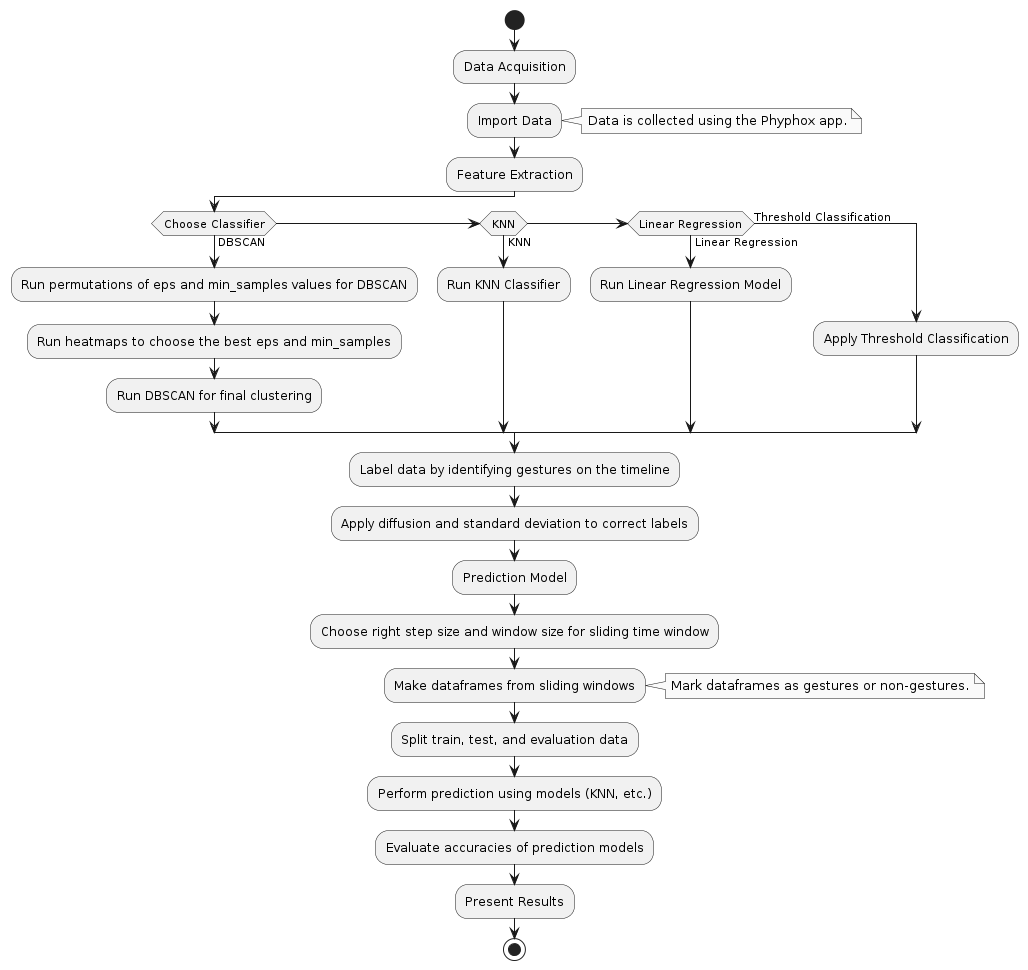
Before: flow of program.png, a diagram exported from PlantUML (samarth-ar10/DSML-CW2-GROUP). The source it was exported from:
```plantuml
@startuml
skinparam monochrome true

start

:Data Acquisition;
:Import Data;
note right: Data is collected using the Phyphox app.

:Feature Extraction;
if (Choose Classifier) then (DBSCAN)
  :Run permutations of eps and min_samples values for DBSCAN;
  :Run heatmaps to choose the best eps and min_samples;
  :Run DBSCAN for final clustering;
elseif (KNN) then (KNN)
  :Run KNN Classifier;
elseif (Linear Regression) then (Linear Regression)
  :Run Linear Regression Model;
else (Threshold Classification)
  :Apply Threshold Classification;
endif
:Label data by identifying gestures on the timeline;
:Apply diffusion and standard deviation to correct labels;

:Prediction Model;
:Choose right step size and window size for sliding time window;
:Make dataframes from sliding windows;
note right: Mark dataframes as gestures or non-gestures.
:Split train, test, and evaluation data;
:Perform prediction using models (KNN, etc.);
:Evaluate accuracies of prediction models;

:Present Results;

stop
@enduml
```
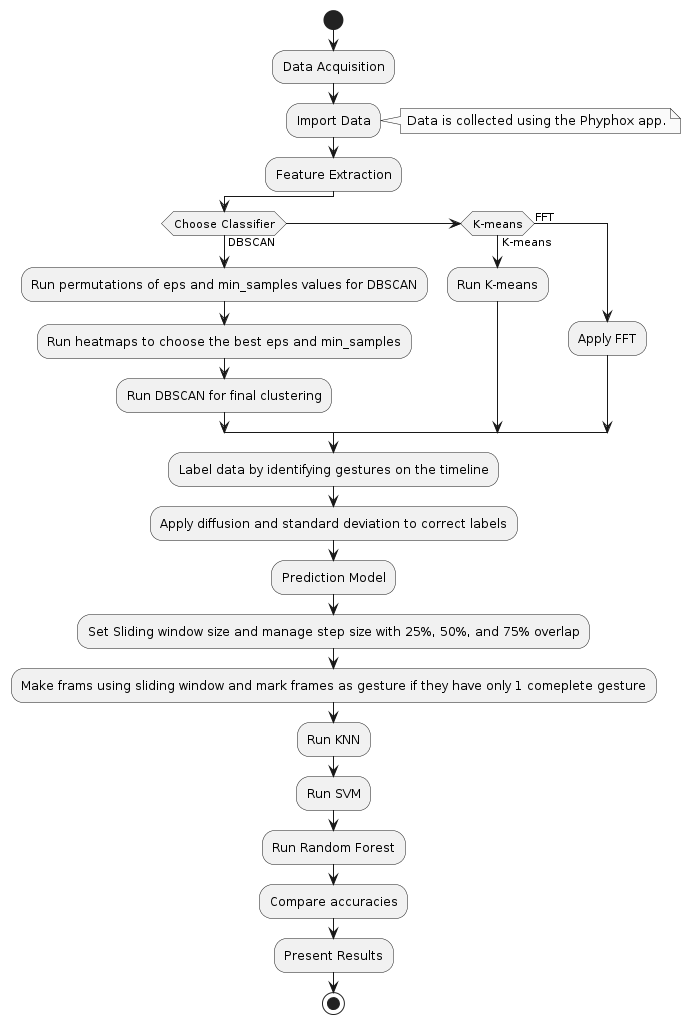
The same file after the commit.

The edit, as a diff of the source:
```diff
@@ -12,23 +12,22 @@
   :Run permutations of eps and min_samples values for DBSCAN;
   :Run heatmaps to choose the best eps and min_samples;
   :Run DBSCAN for final clustering;
-elseif (KNN) then (KNN)
-  :Run KNN Classifier;
-elseif (Linear Regression) then (Linear Regression)
-  :Run Linear Regression Model;
-else (Threshold Classification)
-  :Apply Threshold Classification;
+elseif (K-means) then (K-means)
+  :Run K-means;
+else (FFT)
+  :Apply FFT;
 endif
 :Label data by identifying gestures on the timeline;
 :Apply diffusion and standard deviation to correct labels;
 
 :Prediction Model;
-:Choose right step size and window size for sliding time window;
-:Make dataframes from sliding windows;
-note right: Mark dataframes as gestures or non-gestures.
-:Split train, test, and evaluation data;
-:Perform prediction using models (KNN, etc.);
-:Evaluate accuracies of prediction models;
+:Set Sliding window size and manage step size with 25%, 50%, and 75% overlap;
+:Make frams using sliding window and mark frames as gesture if they have only 1 comeplete gesture;
+:Run KNN;
+:Run SVM;
+:Run Random Forest;
+:Compare accuracies;
+
 
 :Present Results;
 
```
